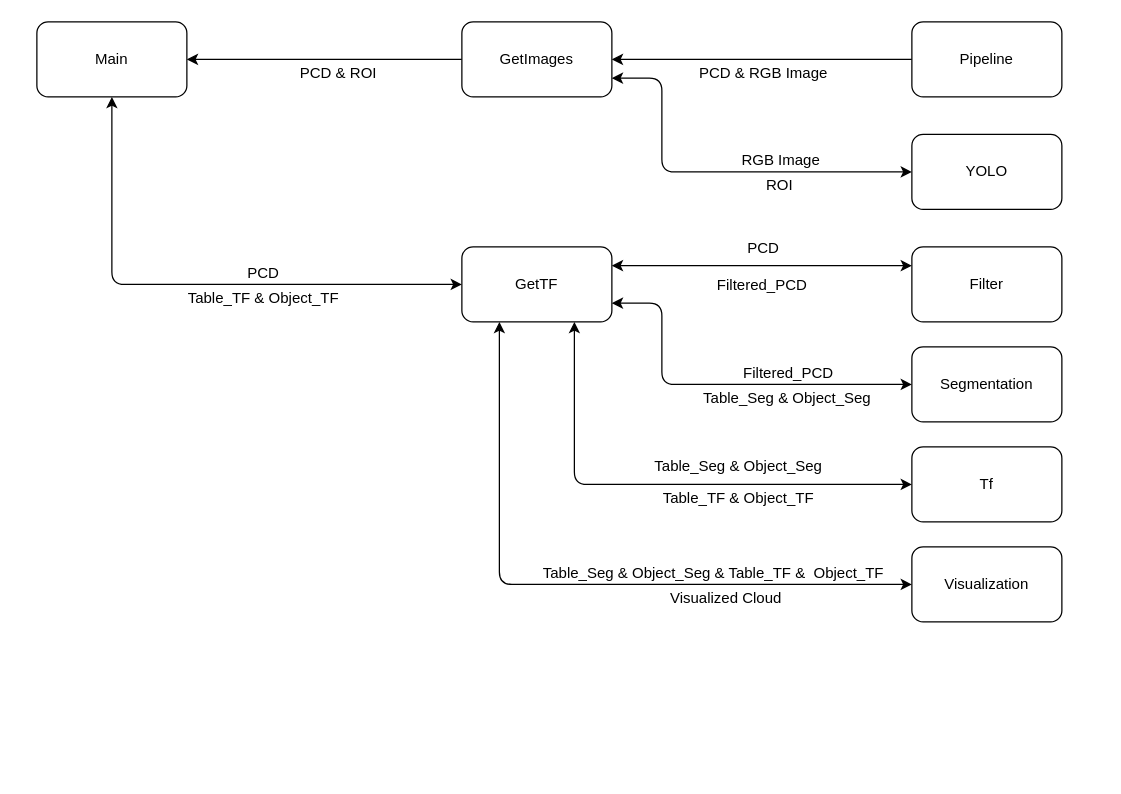
markgrts/suii_vision_3d keeps this draw.io diagram as docs/DFDv1.drawio. Above is the earlier version. Source tidied: cells renumbered, new cells numbered last; positions are measured from the earlier drawing's top-left corner, leaving out a move shared by most shapes. Both pictures are drawn from the tidied source at 125%, with x=0, y=0 at pixel (36, 21).
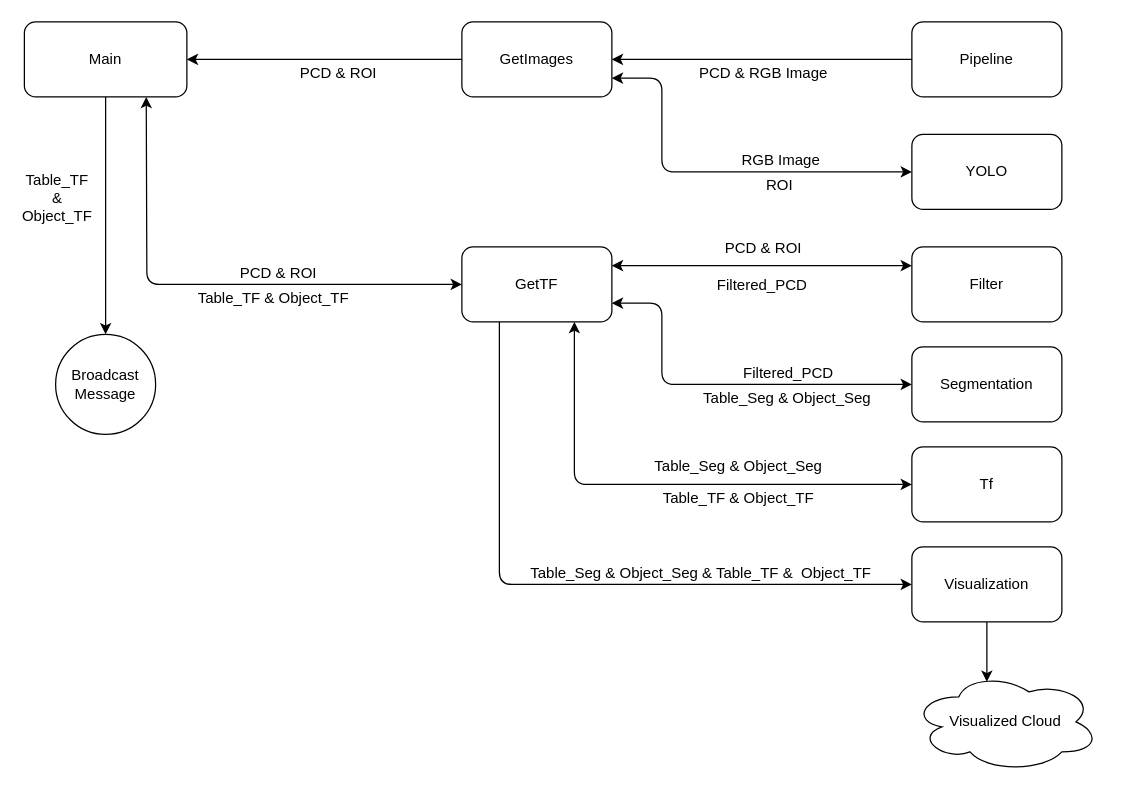
The same diagram, later.

Unchanged cells that the change refers to:
```xml
<mxCell id="13" value="GetTF" style="rounded=1;whiteSpace=wrap;html=1;" parent="1" vertex="1">
  <mxGeometry x="340" y="180" width="120" height="60" as="geometry" />
</mxCell>
<mxCell id="17" value="Visualization" style="rounded=1;whiteSpace=wrap;html=1;" parent="1" vertex="1">
  <mxGeometry x="700" y="420" width="120" height="60" as="geometry" />
</mxCell>
<mxCell id="18" style="endArrow=classic;startArrow=classic;html=1;entryX=0;entryY=0.25;entryDx=0;entryDy=0;exitX=1;exitY=0.25;exitDx=0;exitDy=0;" parent="1" edge="1" source="13" target="14">
  <mxGeometry relative="1" as="geometry" />
</mxCell>
```

The edit, as a diff of the source:
```diff
@@
     <mxCell id="2" value="Main" style="rounded=1;whiteSpace=wrap;html=1;" parent="1" vertex="1">
-      <mxGeometry width="120" height="60" as="geometry" />
+      <mxGeometry x="-10" width="130" height="60" as="geometry" />
     </mxCell>
@@
+    <mxCell id="33" style="edgeStyle=orthogonalEdgeStyle;rounded=0;jettySize=auto;html=1;exitX=0.5;exitY=1;exitDx=0;exitDy=0;entryX=0.4;entryY=0.1;entryDx=0;entryDy=0;entryPerimeter=0;" parent="1" edge="1" source="17" target="32">
+      <mxGeometry relative="1" as="geometry" />
+    </mxCell>
@@
-    <mxCell id="19" value="PCD" style="text;html=1;align=center;verticalAlign=middle;labelBackgroundColor=#ffffff;" parent="18" vertex="1">
+    <mxCell id="19" value="PCD &amp;amp; ROI" style="text;html=1;align=center;verticalAlign=middle;labelBackgroundColor=#ffffff;" parent="18" vertex="1">
       <mxGeometry x="-0.2" y="-3" relative="1" as="geometry">
         <mxPoint x="24" y="-18" as="offset" />
       </mxGeometry>
     </mxCell>
@@
-    <mxCell id="21" style="endArrow=classic;startArrow=classic;html=1;entryX=0.5;entryY=1;entryDx=0;entryDy=0;exitX=0;exitY=0.5;exitDx=0;exitDy=0;" parent="1" edge="1" source="13" target="2">
+    <mxCell id="21" style="endArrow=classic;startArrow=classic;html=1;entryX=0.75;entryY=1;entryDx=0;entryDy=0;exitX=0;exitY=0.5;exitDx=0;exitDy=0;" parent="1" edge="1" source="13" target="2">
       <mxGeometry relative="1" as="geometry">
         <Array as="points">
-          <mxPoint x="60" y="210" />
+          <mxPoint x="88" y="210" />
         </Array>
       </mxGeometry>
     </mxCell>
-    <mxCell id="22" value="PCD" style="text;html=1;align=center;verticalAlign=middle;labelBackgroundColor=#ffffff;" parent="21" vertex="1">
+    <mxCell id="22" value="PCD &amp;amp; ROI" style="text;html=1;align=center;verticalAlign=middle;labelBackgroundColor=#ffffff;" parent="21" vertex="1">
       <mxGeometry x="-0.16" y="-1" relative="1" as="geometry">
         <mxPoint x="21" y="-9" as="offset" />
       </mxGeometry>
     </mxCell>
@@
+    <mxCell id="34" style="endArrow=classic;html=1;exitX=0.5;exitY=1;exitDx=0;exitDy=0;" parent="1" edge="1" source="35">
+      <mxGeometry relative="1" as="geometry">
+        <mxPoint x="55" y="310" as="targetPoint" />
+      </mxGeometry>
+    </mxCell>
+    <mxCell id="35" value="Broadcast Message" style="ellipse;whiteSpace=wrap;html=1;" parent="1" vertex="1">
+      <mxGeometry x="15" y="250" width="80" height="80" as="geometry" />
+    </mxCell>
+    <mxCell id="36" style="endArrow=classic;html=1;exitX=0.5;exitY=1;exitDx=0;exitDy=0;" parent="1" edge="1" source="2" target="35">
+      <mxGeometry relative="1" as="geometry" />
+    </mxCell>
+    <mxCell id="37" value="&lt;div&gt;Table_TF &lt;br&gt;&lt;/div&gt;&lt;div&gt;&amp;amp; &lt;br&gt;&lt;/div&gt;&lt;div&gt;Object_TF&lt;/div&gt;" style="text;html=1;align=center;verticalAlign=middle;labelBackgroundColor=#ffffff;" parent="36" vertex="1">
+      <mxGeometry x="0.08" relative="1" as="geometry">
+        <mxPoint x="-40" y="-23" as="offset" />
+      </mxGeometry>
+    </mxCell>
-    <mxCell id="30" style="endArrow=classic;startArrow=classic;html=1;entryX=0;entryY=0.5;entryDx=0;entryDy=0;exitX=0.25;exitY=1;exitDx=0;exitDy=0;" parent="1" edge="1" source="13" target="17">
+    <mxCell id="30" style="endArrow=classic;html=1;exitX=0.25;exitY=1;exitDx=0;exitDy=0;entryX=0;entryY=0.5;entryDx=0;entryDy=0;" parent="1" edge="1" source="13" target="17">
       <mxGeometry relative="1" as="geometry">
         <Array as="points">
           <mxPoint x="370" y="450" />
         </Array>
       </mxGeometry>
     </mxCell>
     <mxCell id="31" value="Table_Seg &amp;amp; Object_Seg &amp;amp; Table_TF &amp;amp;&amp;nbsp; Object_TF" style="text;html=1;align=center;verticalAlign=middle;labelBackgroundColor=#ffffff;" parent="30" vertex="1">
-      <mxGeometry x="0.33" y="-3" relative="1" as="geometry">
-        <mxPoint x="21" y="-13" as="offset" />
+      <mxGeometry x="-0.23" y="99" relative="1" as="geometry">
+        <mxPoint x="61" y="-8" as="offset" />
       </mxGeometry>
     </mxCell>
-    <mxCell id="32" value="Visualized Cloud" style="text;html=1;align=center;verticalAlign=middle;points=[];labelBackgroundColor=#ffffff;" parent="30" vertex="1">
-      <mxGeometry x="0.45" y="-1" relative="1" as="geometry">
-        <mxPoint x="-2" y="9" as="offset" />
-      </mxGeometry>
+    <mxCell id="32" value="Visualized Cloud" style="ellipse;shape=cloud;whiteSpace=wrap;html=1;" parent="1" vertex="1">
+      <mxGeometry x="700" y="520" width="150" height="80" as="geometry" />
     </mxCell>
```
